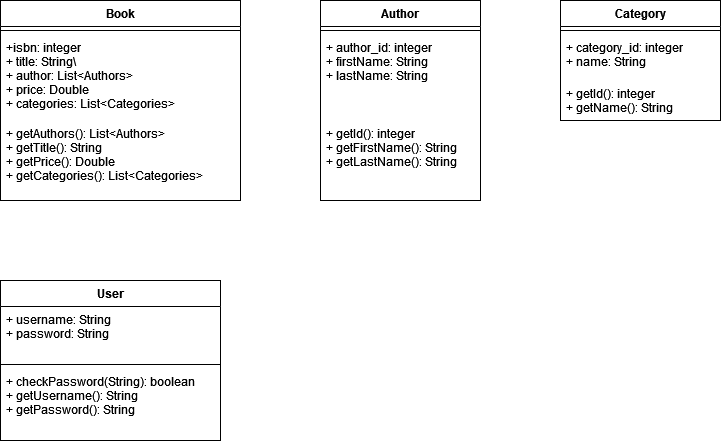
Above: Planning/ClassDiagrams.png in IanMitc/BookStore (draw.io), before the change. Source tidied: cells renumbered, new cells last; positions are measured from the earlier drawing's top-left corner, leaving out a move shared by most shapes.
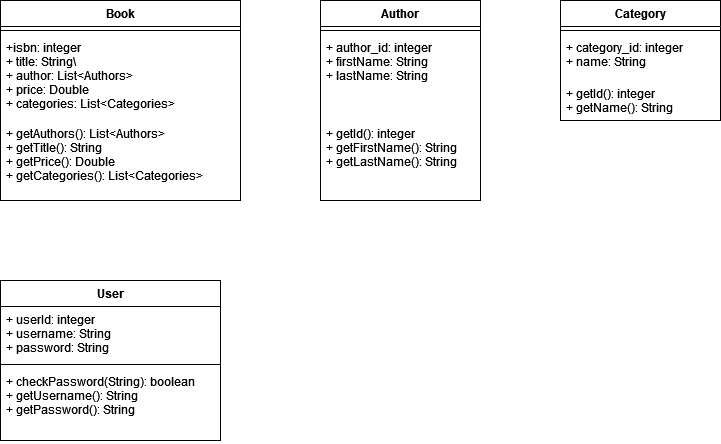
The same diagram one commit later.

Commit message:
Correct Class Diagram

What changed in the source:
```diff
@@ -41,7 +41,7 @@
     <mxCell id="14" value="User&#10;" style="swimlane;fontStyle=1;align=center;verticalAlign=top;horizontal=1;startSize=26;" parent="1" vertex="1">
       <mxGeometry y="280" width="220" height="160" as="geometry" />
     </mxCell>
-    <mxCell id="15" value="+ username: String&#10;+ password: String&#10; " style="text;strokeColor=none;fillColor=none;align=left;verticalAlign=top;spacingLeft=4;spacingRight=4;overflow=hidden;" parent="14" vertex="1">
+    <mxCell id="15" value="+ userId: integer&#10;+ username: String&#10;+ password: String " style="text;strokeColor=none;fillColor=none;align=left;verticalAlign=top;spacingLeft=4;spacingRight=4;overflow=hidden;" parent="14" vertex="1">
       <mxGeometry y="26" width="220" height="54" as="geometry" />
     </mxCell>
     <mxCell id="16" style="line;strokeWidth=1;fillColor=none;align=left;verticalAlign=middle;spacingTop=-1;spacingLeft=3;spacingRight=3;labelPosition=right;" parent="14" vertex="1">
```
